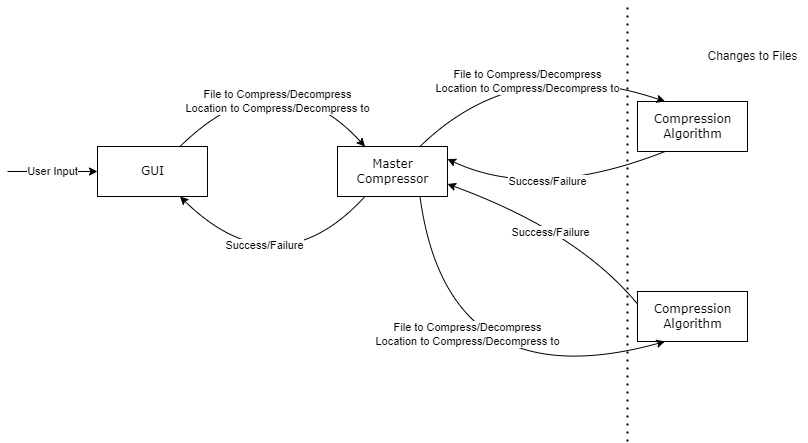
Before: Diagrams/Compression_Architecture.drawio.png, a diagram exported from draw.io (ethancharles02/compression). Source tidied: cells renumbered, new cells last; positions are measured from the earlier drawing's top-left corner, leaving out a move shared by most shapes. Its diagram source:
```xml
<mxGraphModel>
  <root>
    <mxCell id="0" />
    <mxCell id="1" parent="0" />
    <mxCell id="2" value="GUI" style="html=1;rounded=0;shadow=0;comic=0;labelBackgroundColor=none;strokeWidth=1;fontFamily=Verdana;fontSize=12;align=center;" parent="1" vertex="1">
      <mxGeometry x="90" y="145" width="110" height="50" as="geometry" />
    </mxCell>
    <mxCell id="3" value="Master&lt;br&gt;Compressor" style="html=1;rounded=0;shadow=0;comic=0;labelBackgroundColor=none;strokeWidth=1;fontFamily=Verdana;fontSize=12;align=center;" parent="1" vertex="1">
      <mxGeometry x="330" y="145" width="110" height="50" as="geometry" />
    </mxCell>
    <mxCell id="4" value="Compression&lt;br&gt;Algorithm" style="html=1;rounded=0;shadow=0;comic=0;labelBackgroundColor=none;strokeWidth=1;fontFamily=Verdana;fontSize=12;align=center;" parent="1" vertex="1">
      <mxGeometry x="630" y="100" width="110" height="50" as="geometry" />
    </mxCell>
    <mxCell id="5" value="File to Compress/Decompress&lt;br&gt;Location to Compress/Decompress to" style="curved=1;endArrow=classic;html=1;rounded=0;entryX=0.25;entryY=0;entryDx=0;entryDy=0;exitX=0.75;exitY=0;exitDx=0;exitDy=0;" parent="1" edge="1" source="2" target="3">
      <mxGeometry x="0.3" y="-34" relative="1" as="geometry">
        <Array as="points">
          <mxPoint x="270" y="50" />
        </Array>
      </mxGeometry>
    </mxCell>
    <mxCell id="6" style="curved=1;endArrow=classic;html=1;rounded=0;entryX=0.75;entryY=1;entryDx=0;entryDy=0;exitX=0.25;exitY=1;exitDx=0;exitDy=0;" parent="1" edge="1" source="3" target="2">
      <mxGeometry relative="1" as="geometry">
        <Array as="points">
          <mxPoint x="270" y="290" />
        </Array>
      </mxGeometry>
    </mxCell>
    <mxCell id="7" value="Success/Failure" style="edgeLabel;html=1;align=center;verticalAlign=middle;" parent="6" vertex="1">
      <mxGeometry x="0.29" y="-24" relative="1" as="geometry" />
    </mxCell>
    <mxCell id="8" value="Success/Failure" style="curved=1;endArrow=classic;html=1;rounded=0;entryX=1;entryY=0.25;entryDx=0;entryDy=0;exitX=0.25;exitY=1;exitDx=0;exitDy=0;" parent="1" edge="1" source="4" target="3">
      <mxGeometry x="0.02" y="-15" relative="1" as="geometry">
        <Array as="points">
          <mxPoint x="530" y="200" />
        </Array>
      </mxGeometry>
    </mxCell>
    <mxCell id="9" value="File to Compress/Decompress&lt;br&gt;Location to Compress/Decompress to" style="curved=1;endArrow=classic;html=1;rounded=0;entryX=0.25;entryY=0;entryDx=0;entryDy=0;exitX=0.75;exitY=0;exitDx=0;exitDy=0;" parent="1" edge="1" source="3" target="4">
      <mxGeometry x="0.06" y="-25" relative="1" as="geometry">
        <Array as="points">
          <mxPoint x="510" y="50" />
        </Array>
      </mxGeometry>
    </mxCell>
    <mxCell id="10" value="Compression&lt;br&gt;Algorithm" style="html=1;rounded=0;shadow=0;comic=0;labelBackgroundColor=none;strokeWidth=1;fontFamily=Verdana;fontSize=12;align=center;" parent="1" vertex="1">
      <mxGeometry x="630" y="290" width="110" height="50" as="geometry" />
    </mxCell>
    <mxCell id="11" value="File to Compress/Decompress&lt;br&gt;Location to Compress/Decompress to" style="curved=1;endArrow=classic;html=1;rounded=0;entryX=0.25;entryY=1;entryDx=0;entryDy=0;exitX=0.75;exitY=1;exitDx=0;exitDy=0;" parent="1" edge="1" source="3" target="10">
      <mxGeometry x="-0.34" y="29" relative="1" as="geometry">
        <Array as="points">
          <mxPoint x="440" y="400" />
        </Array>
      </mxGeometry>
    </mxCell>
    <mxCell id="12" value="Success/Failure" style="curved=1;endArrow=classic;html=1;rounded=0;entryX=1;entryY=0.75;entryDx=0;entryDy=0;exitX=0;exitY=0.25;exitDx=0;exitDy=0;" parent="1" edge="1" source="10" target="3">
      <mxGeometry x="0.03" y="10" relative="1" as="geometry">
        <Array as="points">
          <mxPoint x="570" y="230" />
        </Array>
      </mxGeometry>
    </mxCell>
    <mxCell id="13" value="User Input" style="endArrow=classic;html=1;rounded=0;entryX=0;entryY=0.5;entryDx=0;entryDy=0;" parent="1" edge="1" target="2">
      <mxGeometry relative="1" as="geometry">
        <mxPoint y="170" as="sourcePoint" />
      </mxGeometry>
    </mxCell>
    <mxCell id="14" style="endArrow=none;dashed=1;html=1;dashPattern=1 3;strokeWidth=2;rounded=0;" parent="1" edge="1">
      <mxGeometry relative="1" as="geometry">
        <mxPoint x="620" y="440" as="sourcePoint" />
        <mxPoint x="620" as="targetPoint" />
      </mxGeometry>
    </mxCell>
    <mxCell id="15" value="Changes to Files" style="text;html=1;align=center;verticalAlign=middle;strokeColor=none;fillColor=none;" parent="1" vertex="1">
      <mxGeometry x="690" y="40" width="110" height="30" as="geometry" />
    </mxCell>
  </root>
</mxGraphModel>
```
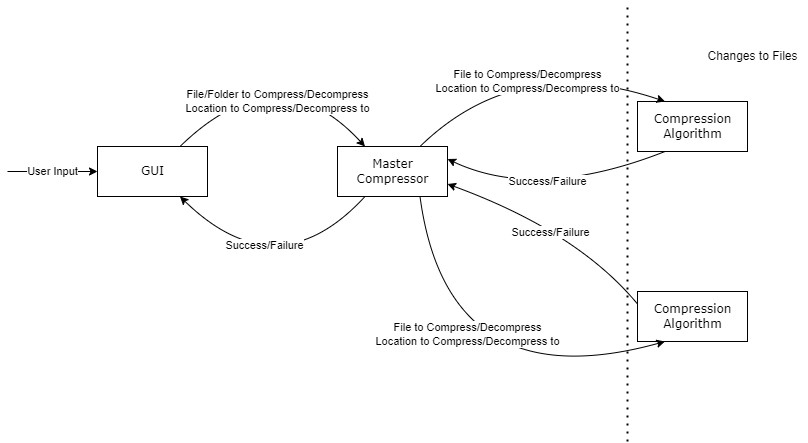
Later version of the same file.

Commit message:
change to architecture diagram

Diff of the diagram source:
```diff
@@ -11,7 +11,7 @@
     <mxCell id="4" value="Compression&lt;br&gt;Algorithm" style="html=1;rounded=0;shadow=0;comic=0;labelBackgroundColor=none;strokeWidth=1;fontFamily=Verdana;fontSize=12;align=center;" parent="1" vertex="1">
       <mxGeometry x="630" y="100" width="110" height="50" as="geometry" />
     </mxCell>
-    <mxCell id="5" value="File to Compress/Decompress&lt;br&gt;Location to Compress/Decompress to" style="curved=1;endArrow=classic;html=1;rounded=0;entryX=0.25;entryY=0;entryDx=0;entryDy=0;exitX=0.75;exitY=0;exitDx=0;exitDy=0;" parent="1" edge="1" source="2" target="3">
+    <mxCell id="5" value="File/Folder to Compress/Decompress&lt;br&gt;Location to Compress/Decompress to" style="curved=1;endArrow=classic;html=1;rounded=0;entryX=0.25;entryY=0;entryDx=0;entryDy=0;exitX=0.75;exitY=0;exitDx=0;exitDy=0;" parent="1" edge="1" source="2" target="3">
       <mxGeometry x="0.3" y="-34" relative="1" as="geometry">
         <Array as="points">
           <mxPoint x="270" y="50" />
```
